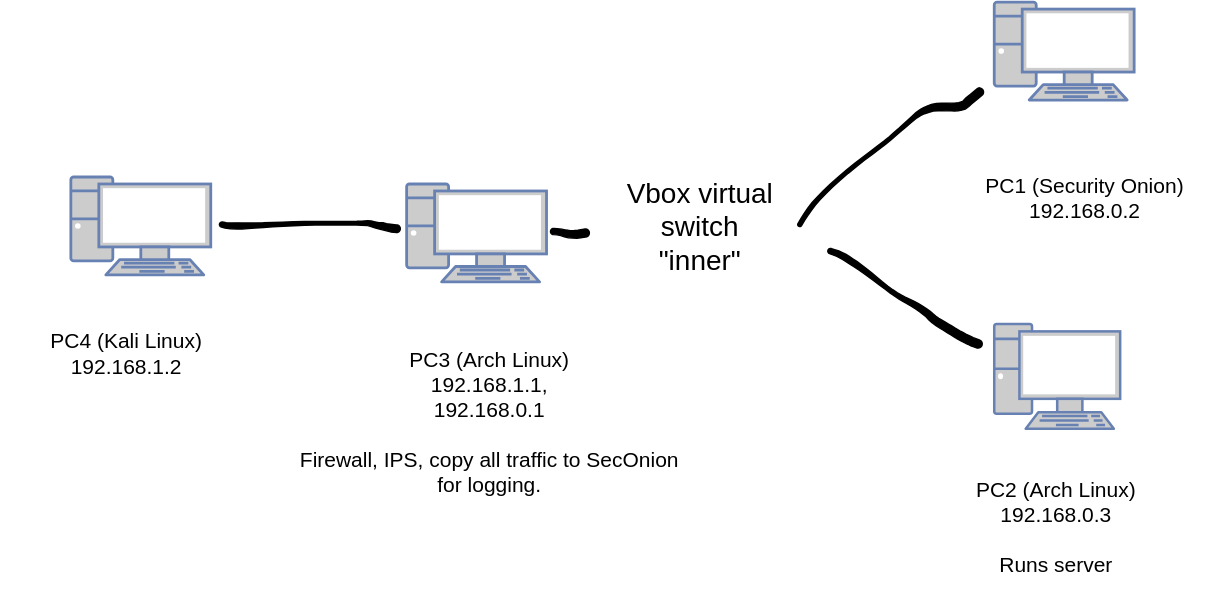
Before: lab-1/test.svg, a diagram exported from draw.io (Aohk22/home-labs). Source tidied: cells renumbered, new cells last; positions are measured from the earlier drawing's top-left corner, leaving out a move shared by most shapes.
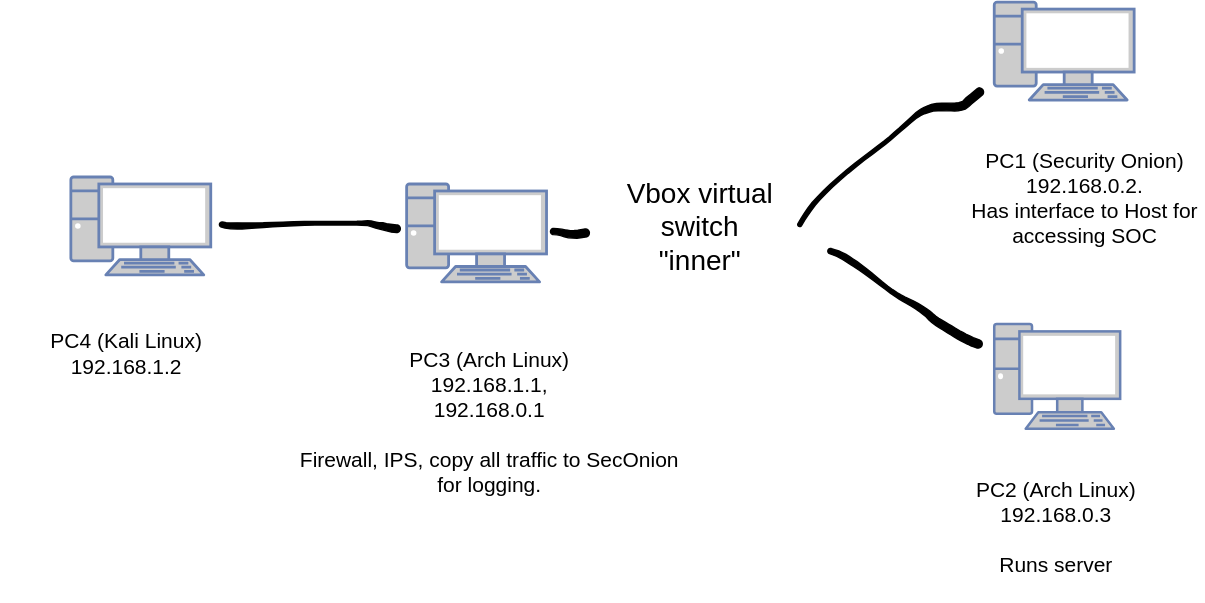
The same file after the commit.

Diff of the diagram source:
```diff
@@ -35,7 +35,7 @@
     <mxCell id="12" value="PC3 (Arch Linux)&lt;div&gt;192.168.1.1,&lt;/div&gt;&lt;div&gt;192.168.0.1&lt;/div&gt;&lt;div&gt;&lt;br&gt;&lt;div&gt;Firewall, IPS, copy all traffic to SecOnion for logging.&lt;/div&gt;&lt;/div&gt;" style="text;strokeColor=none;align=center;fillColor=none;html=1;verticalAlign=middle;whiteSpace=wrap;rounded=0;fontSize=15;" parent="1" vertex="1">
       <mxGeometry x="210" y="220" width="278.6" height="160" as="geometry" />
     </mxCell>
-    <mxCell id="13" value="PC1 (Security Onion)&lt;div&gt;192.168.0.2&lt;/div&gt;" style="text;strokeColor=none;align=center;fillColor=none;html=1;verticalAlign=middle;whiteSpace=wrap;rounded=0;fontSize=15;" parent="1" vertex="1">
+    <mxCell id="13" value="PC1 (Security Onion)&lt;div&gt;192.168.0.2.&lt;/div&gt;&lt;div&gt;Has interface to Host for accessing SOC&lt;/div&gt;" style="text;strokeColor=none;align=center;fillColor=none;html=1;verticalAlign=middle;whiteSpace=wrap;rounded=0;fontSize=15;" parent="1" vertex="1">
       <mxGeometry x="690" y="90" width="170" height="100" as="geometry" />
     </mxCell>
     <mxCell id="14" value="PC2 (Arch Linux)&lt;div&gt;192.168.0.3&lt;/div&gt;&lt;div&gt;&lt;br&gt;&lt;/div&gt;&lt;div&gt;Runs server&lt;/div&gt;" style="text;strokeColor=none;align=center;fillColor=none;html=1;verticalAlign=middle;whiteSpace=wrap;rounded=0;fontSize=15;" parent="1" vertex="1">
```
